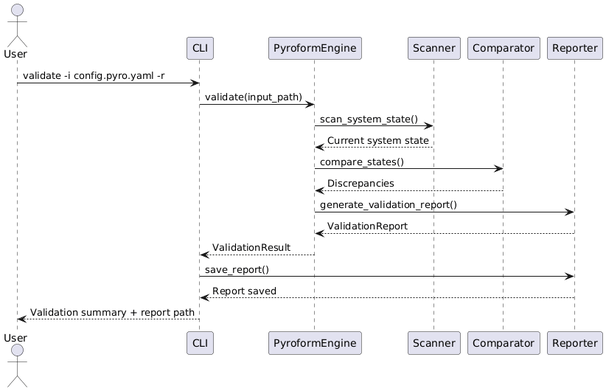
Earlier version of the PlantUML export pyroform/dox/Diagrams/pyroform_action_validate_sequence.png (Del-Tango/Pyroform).
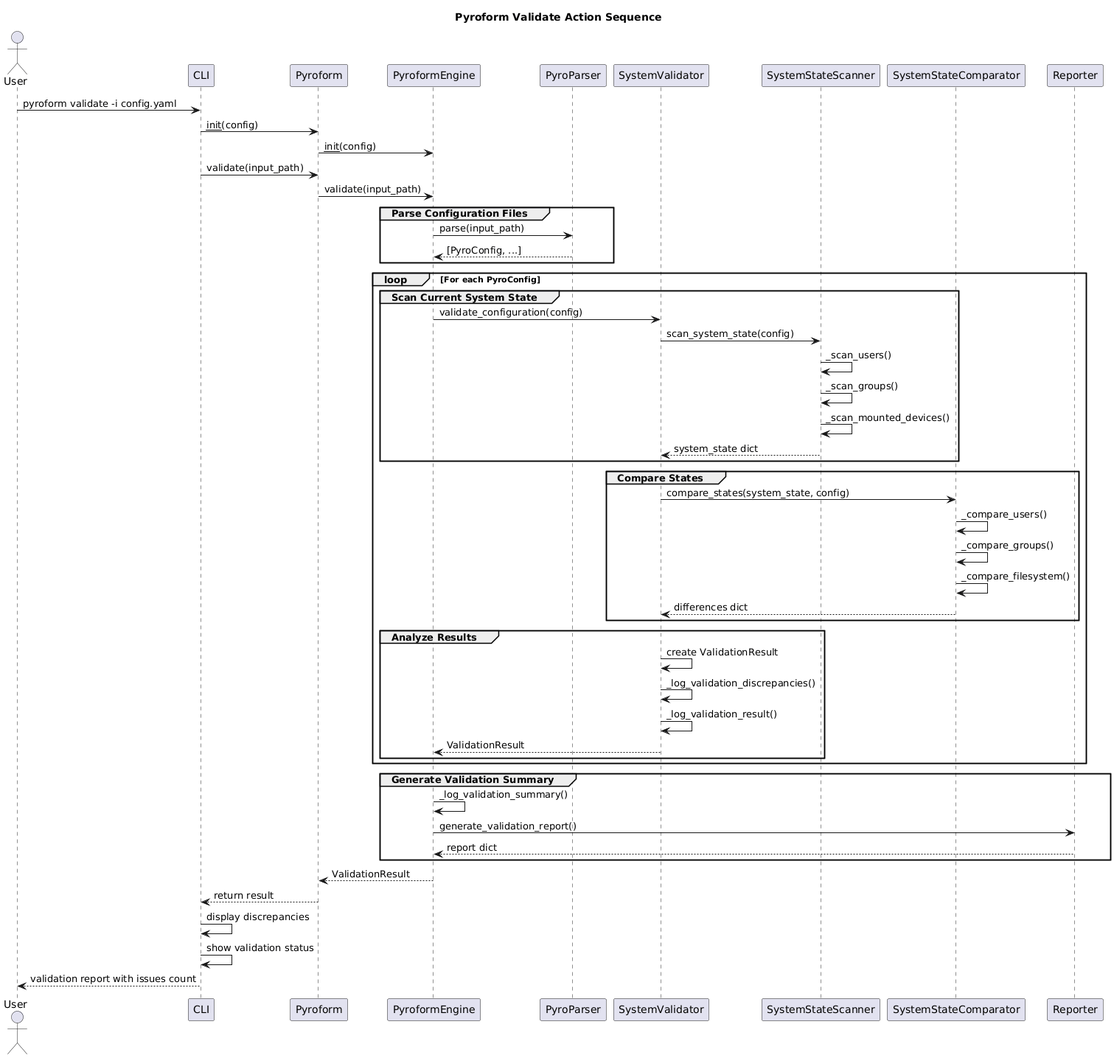
The same file after the commit.

Change to the diagram source:
```diff
@@ -1,21 +1,63 @@
 @startuml
+title Pyroform Validate Action Sequence
+
 actor User
 participant CLI
+participant Pyroform
 participant PyroformEngine
-participant Scanner
-participant Comparator
+participant PyroParser
+participant SystemValidator
+participant SystemStateScanner
+participant SystemStateComparator
 participant Reporter
 
-User -> CLI: validate -i config.pyro.yaml -r
-CLI -> PyroformEngine: validate(input_path)
-PyroformEngine -> Scanner: scan_system_state()
-Scanner --> PyroformEngine: Current system state
-PyroformEngine -> Comparator: compare_states()
-Comparator --> PyroformEngine: Discrepancies
-PyroformEngine -> Reporter: generate_validation_report()
-Reporter --> PyroformEngine: ValidationReport
-PyroformEngine --> CLI: ValidationResult
-CLI -> Reporter: save_report()
-Reporter --> CLI: Report saved
-CLI --> User: Validation summary + report path
+User -> CLI: pyroform validate -i config.yaml
+CLI -> Pyroform: __init__(config)
+Pyroform -> PyroformEngine: __init__(config)
+
+CLI -> Pyroform: validate(input_path)
+Pyroform -> PyroformEngine: validate(input_path)
+
+group Parse Configuration Files
+    PyroformEngine -> PyroParser: parse(input_path)
+    PyroParser --> PyroformEngine: [PyroConfig, ...]
+end
+
+loop For each PyroConfig
+    group Scan Current System State
+        PyroformEngine -> SystemValidator: validate_configuration(config)
+        SystemValidator -> SystemStateScanner: scan_system_state(config)
+        SystemStateScanner -> SystemStateScanner: _scan_users()
+        SystemStateScanner -> SystemStateScanner: _scan_groups()
+        SystemStateScanner -> SystemStateScanner: _scan_mounted_devices()
+        SystemStateScanner --> SystemValidator: system_state dict
+    end
+
+    group Compare States
+        SystemValidator -> SystemStateComparator: compare_states(system_state, config)
+        SystemStateComparator -> SystemStateComparator: _compare_users()
+        SystemStateComparator -> SystemStateComparator: _compare_groups()
+        SystemStateComparator -> SystemStateComparator: _compare_filesystem()
+        SystemStateComparator --> SystemValidator: differences dict
+    end
+
+    group Analyze Results
+        SystemValidator -> SystemValidator: create ValidationResult
+        SystemValidator -> SystemValidator: _log_validation_discrepancies()
+        SystemValidator -> SystemValidator: _log_validation_result()
+        SystemValidator --> PyroformEngine: ValidationResult
+    end
+end
+
+group Generate Validation Summary
+    PyroformEngine -> PyroformEngine: _log_validation_summary()
+    PyroformEngine -> Reporter: generate_validation_report()
+    Reporter --> PyroformEngine: report dict
+end
+
+PyroformEngine --> Pyroform: ValidationResult
+Pyroform --> CLI: return result
+CLI -> CLI: display discrepancies
+CLI -> CLI: show validation status
+CLI --> User: validation report with issues count
 @enduml
```
